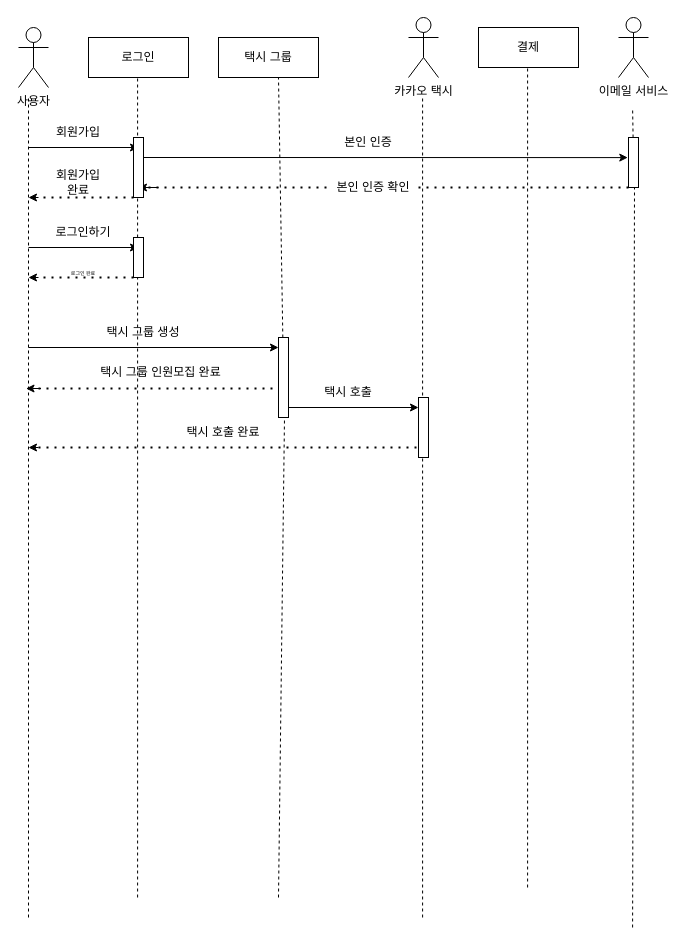
Above: 시퀀스 다이어그램.drawio in 0abcde0/Git-Tutorial (draw.io), before the change. Source tidied: cells renumbered, new cells numbered last; positions are measured from the earlier drawing's top-left corner, leaving out a move shared by most shapes. Both pictures are drawn from the tidied source at 100%, with x=0, y=0 at pixel (18, 17).
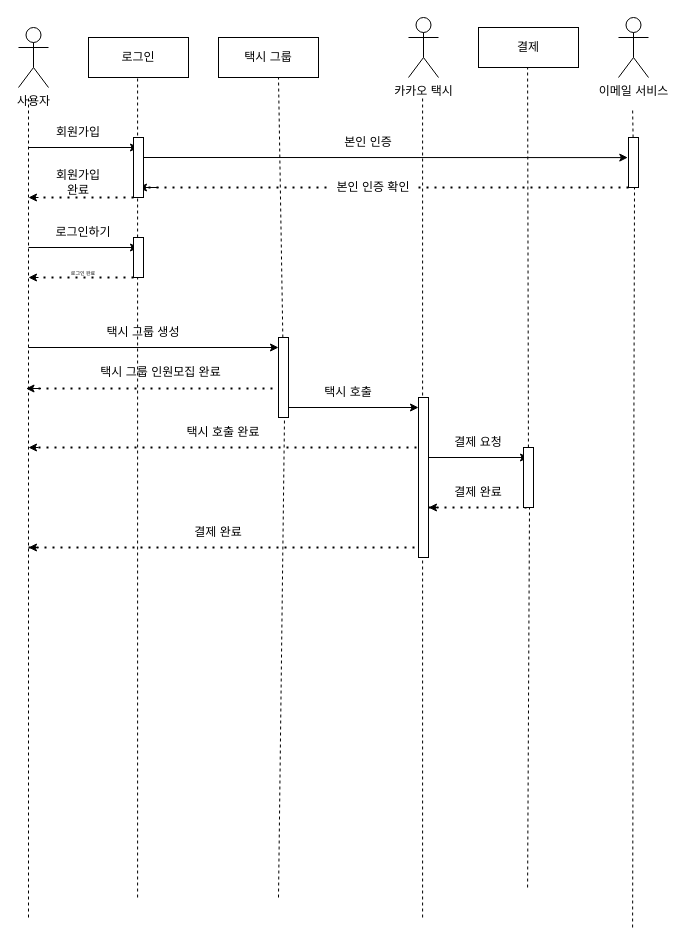
The same page after the edit.

Commit message (it also covers changes not shown here):
시퀀스 다이어그램.drawio 업데이트

What changed in the source:
```diff
@@
-    <mxCell id="8" style="endArrow=none;dashed=1;html=1;rounded=0;entryX=0.6;entryY=1;entryDx=0;entryDy=0;entryPerimeter=0;" parent="1" edge="1">
+    <mxCell id="8" style="endArrow=none;dashed=1;html=1;rounded=0;entryX=0.6;entryY=1;entryDx=0;entryDy=0;entryPerimeter=0;" parent="1" edge="1" source="56">
       <mxGeometry relative="1" as="geometry">
-        <mxPoint x="509.1" y="870" as="sourcePoint" />
         <mxPoint x="509.1" y="50" as="targetPoint" />
       </mxGeometry>
     </mxCell>
@@
     <mxCell id="46" style="rounded=0;whiteSpace=wrap;html=1;" parent="1" vertex="1">
-      <mxGeometry x="400" y="380" width="10" height="60" as="geometry" />
+      <mxGeometry x="400" y="380" width="10" height="160" as="geometry" />
     </mxCell>
+    <mxCell id="47" style="endArrow=classic;html=1;rounded=0;" parent="1" edge="1">
+      <mxGeometry relative="1" as="geometry">
+        <mxPoint x="410" y="440" as="sourcePoint" />
+        <mxPoint x="510" y="440" as="targetPoint" />
+      </mxGeometry>
+    </mxCell>
+    <mxCell id="48" value="결제 요청" style="text;html=1;strokeColor=none;fillColor=none;align=center;verticalAlign=middle;whiteSpace=wrap;rounded=0;" parent="1" vertex="1">
+      <mxGeometry x="430" y="410" width="60" height="30" as="geometry" />
+    </mxCell>
+    <mxCell id="49" style="endArrow=none;dashed=1;html=1;dashPattern=1 3;strokeWidth=2;rounded=0;" parent="1" edge="1">
+      <mxGeometry relative="1" as="geometry">
+        <mxPoint x="410" y="490" as="sourcePoint" />
+        <mxPoint x="510" y="490" as="targetPoint" />
+      </mxGeometry>
+    </mxCell>
+    <mxCell id="50" style="endArrow=classic;html=1;rounded=0;" parent="1" edge="1">
+      <mxGeometry relative="1" as="geometry">
+        <mxPoint x="420" y="490" as="sourcePoint" />
+        <mxPoint x="410" y="490" as="targetPoint" />
+      </mxGeometry>
+    </mxCell>
+    <mxCell id="51" value="결제 완료" style="text;html=1;strokeColor=none;fillColor=none;align=center;verticalAlign=middle;whiteSpace=wrap;rounded=0;" parent="1" vertex="1">
+      <mxGeometry x="430" y="460" width="60" height="30" as="geometry" />
+    </mxCell>
+    <mxCell id="52" style="endArrow=none;dashed=1;html=1;dashPattern=1 3;strokeWidth=2;rounded=0;" parent="1" edge="1">
+      <mxGeometry relative="1" as="geometry">
+        <mxPoint x="10" y="530" as="sourcePoint" />
+        <mxPoint x="400" y="530" as="targetPoint" />
+      </mxGeometry>
+    </mxCell>
+    <mxCell id="53" style="endArrow=classic;html=1;rounded=0;" parent="1" edge="1">
+      <mxGeometry relative="1" as="geometry">
+        <mxPoint x="20" y="530" as="sourcePoint" />
+        <mxPoint x="10" y="530" as="targetPoint" />
+      </mxGeometry>
+    </mxCell>
+    <mxCell id="54" value="결제 완료" style="text;html=1;strokeColor=none;fillColor=none;align=center;verticalAlign=middle;whiteSpace=wrap;rounded=0;" parent="1" vertex="1">
+      <mxGeometry x="170" y="500" width="60" height="30" as="geometry" />
+    </mxCell>
+    <mxCell id="55" style="endArrow=none;dashed=1;html=1;rounded=0;entryX=0.6;entryY=1;entryDx=0;entryDy=0;entryPerimeter=0;" parent="1" edge="1" target="56">
+      <mxGeometry relative="1" as="geometry">
+        <mxPoint x="509.1" y="870" as="sourcePoint" />
+      </mxGeometry>
+    </mxCell>
+    <mxCell id="56" style="rounded=0;whiteSpace=wrap;html=1;" parent="1" vertex="1">
+      <mxGeometry x="505" y="430" width="10" height="60" as="geometry" />
+    </mxCell>
```
